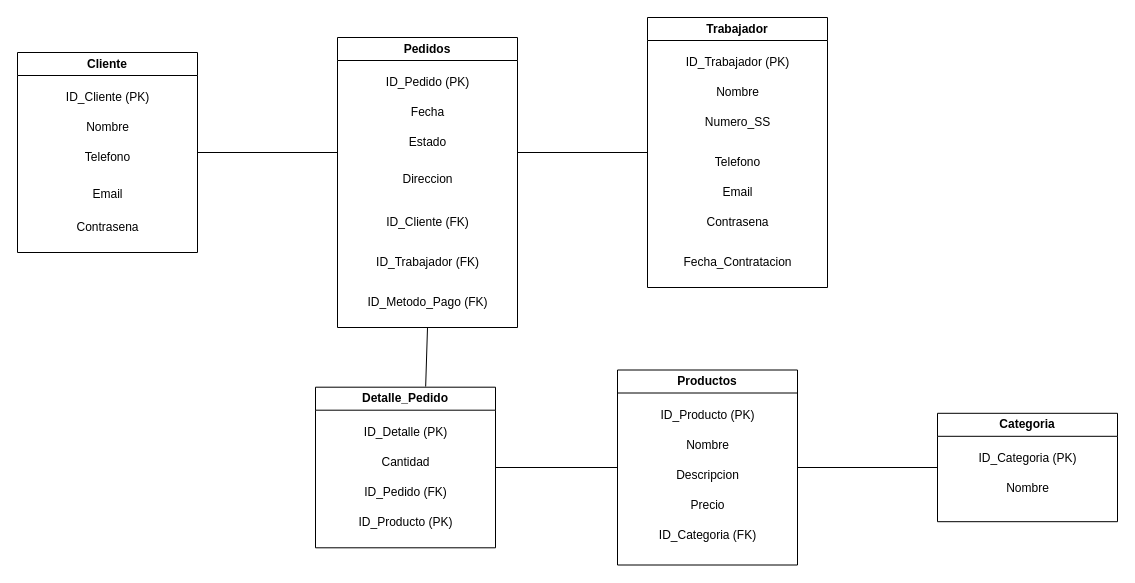
jblas7/web-final keeps this draw.io diagram as Modelo-Relacional/Modelo Relacional.drawio. Above is the earlier version. Source tidied: cells renumbered, new cells numbered last; positions are measured from the earlier drawing's top-left corner, leaving out a move shared by most shapes. Both pictures are drawn from the tidied source at 100%, with x=0, y=0 at pixel (17, 17).
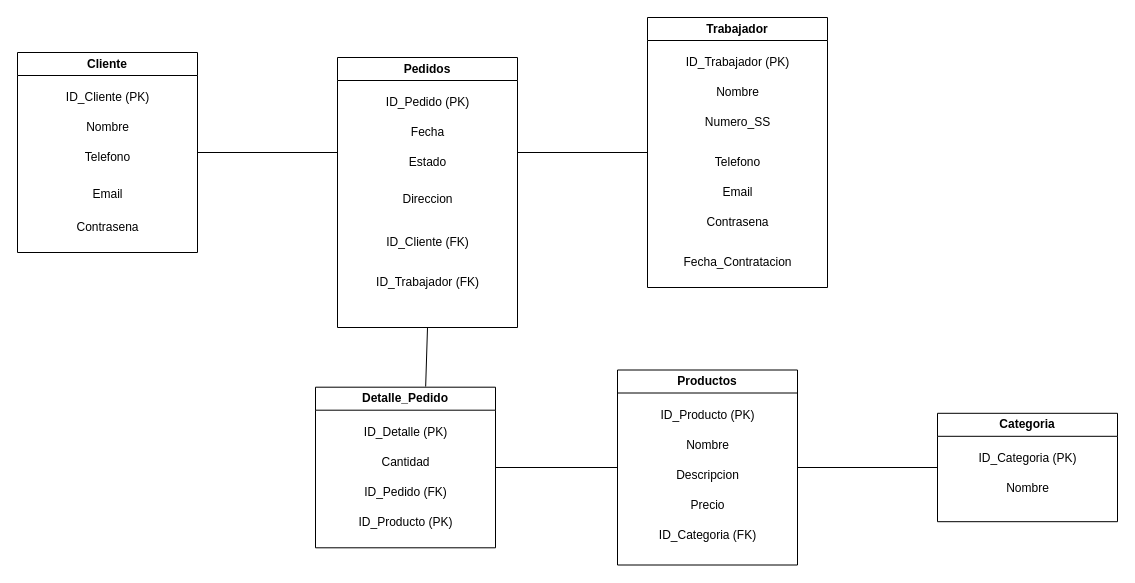
The same page after the edit.

Change to the diagram source:
```diff
@@
     <mxCell id="8" value="Pedidos" style="swimlane;whiteSpace=wrap;html=1;" parent="1" vertex="1">
-      <mxGeometry x="320" y="20" width="180" height="290" as="geometry" />
+      <mxGeometry x="320" y="40" width="180" height="270" as="geometry" />
     </mxCell>
@@
-    <mxCell id="15" value="ID_Metodo_Pago (FK)" style="text;html=1;align=center;verticalAlign=middle;strokeColor=none;fillColor=none;" parent="8" vertex="1">
-      <mxGeometry x="20" y="250" width="140" height="30" as="geometry" />
-    </mxCell>
```
